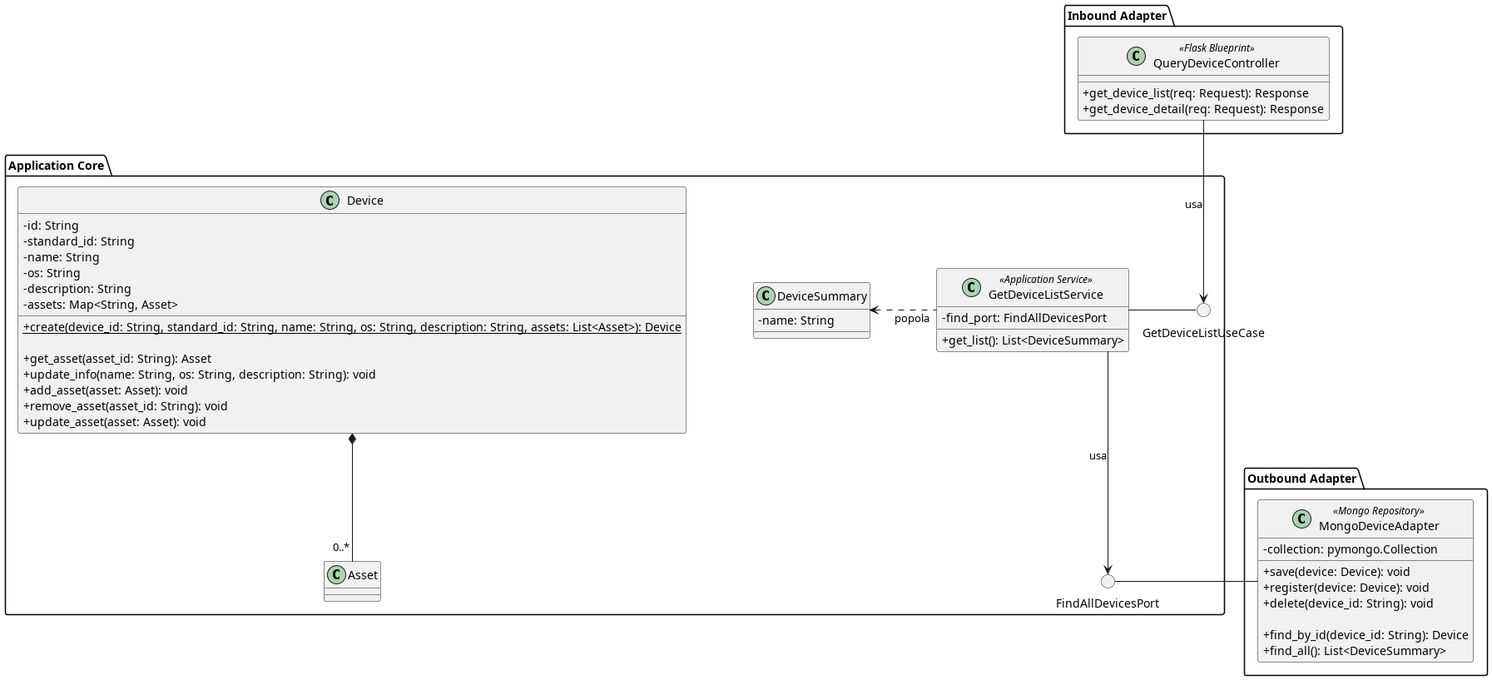
Before: src/PB/DocumentazioneEsterna/Specifica_Tecnica/content/uml/png/GetDeviceList/GetDeviceList.png, a diagram exported from PlantUML (GroupRubberDuck/Documentazione). The source it was exported from:
```plantuml
@startuml GetDeviceList
skinparam linetype ortho
skinparam nodesep 80
skinparam ranksep 80
skinparam classAttributeIconSize 0

package "Inbound Adapter"{
    !include InboundAdapters/QueryDeviceController.puml
}

package "Application Core" {
    class DeviceSummary {
        - name: String
    }
    () "GetDeviceListUseCase" as GetDeviceListUseCase
    !include ApplicationServices/GetDeviceListService.puml
    !include Domain/Device.puml
    () "FindAllDevicesPort" as FindAllDevicesPort

    GetDeviceListService .left.> DeviceSummary: popola
}

package "Outbound Adapter" {
    !include OutboundAdapters/MongoDeviceAdapter.puml
}


GetDeviceListService - GetDeviceListUseCase


GetDeviceListService --> FindAllDevicesPort : usa

QueryDeviceController --> GetDeviceListUseCase : usa
MongoDeviceAdapter - FindAllDevicesPort

@enduml
```
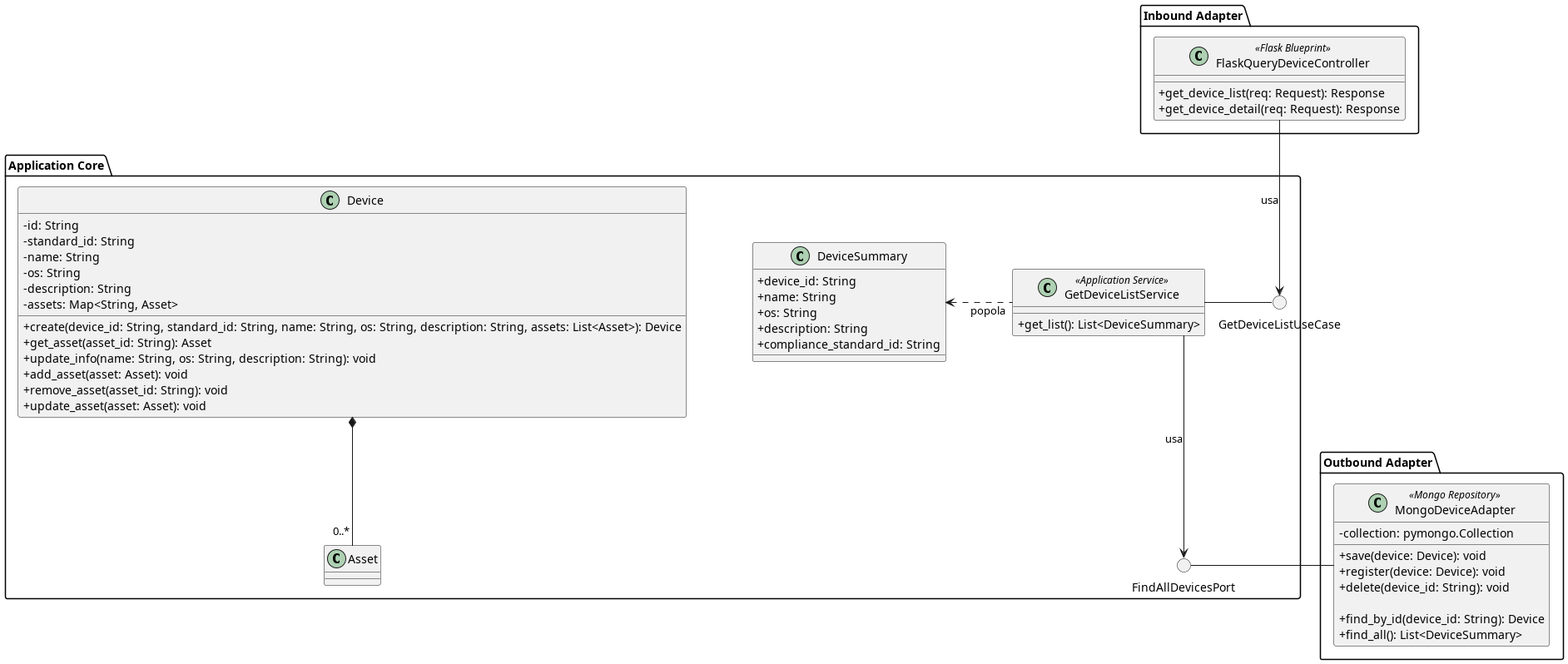
Later version of the same file.

Change to the diagram source:
```diff
@@ -5,16 +5,14 @@
 skinparam classAttributeIconSize 0
 
 package "Inbound Adapter"{
-    !include InboundAdapters/QueryDeviceController.puml
+    !include InboundAdapters/FlaskQueryDeviceController.puml
 }
 
 package "Application Core" {
-    class DeviceSummary {
-        - name: String
-    }
     () "GetDeviceListUseCase" as GetDeviceListUseCase
     !include ApplicationServices/GetDeviceListService.puml
     !include Domain/Device.puml
+    !include Domain/DeviceSummary.puml
     () "FindAllDevicesPort" as FindAllDevicesPort
 
     GetDeviceListService .left.> DeviceSummary: popola
@@ -30,7 +28,7 @@
 
 GetDeviceListService --> FindAllDevicesPort : usa
 
-QueryDeviceController --> GetDeviceListUseCase : usa
+FlaskQueryDeviceController --> GetDeviceListUseCase : usa
 MongoDeviceAdapter - FindAllDevicesPort
 
 @enduml
```
